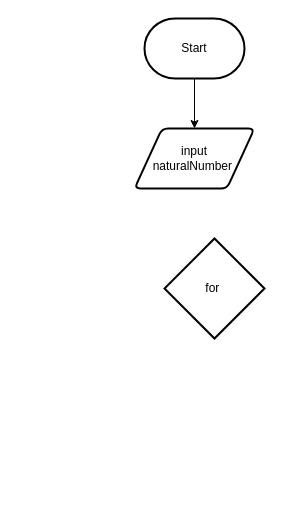
Above: design/flowchart.drawio in Brayden-Blank/ICS2O-Unit-5-07-HTML (draw.io), before the change. Source tidied: cells renumbered, new cells numbered last; positions are measured from the earlier drawing's top-left corner, leaving out a move shared by most shapes. Both pictures are drawn from the tidied source at 100%, with x=0, y=0 at pixel (134, 18).
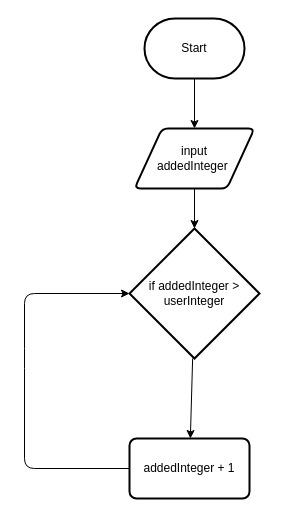
Above is the later version.

Commit message:
worked on flowchart some more

What changed in the source:
```diff
@@
 <mxGraphModel>
   <root>
     <mxCell id="0" />
     <mxCell id="1" parent="0" />
     <mxCell id="2" style="edgeStyle=none;html=1;" parent="1" edge="1" source="3" target="4">
       <mxGeometry relative="1" as="geometry" />
     </mxCell>
     <mxCell id="3" value="Start" style="strokeWidth=2;html=1;shape=mxgraph.flowchart.terminator;whiteSpace=wrap;" parent="1" vertex="1">
       <mxGeometry x="10" width="100" height="60" as="geometry" />
     </mxCell>
+    <mxCell id="6" style="edgeStyle=none;html=1;" parent="1" edge="1" source="4" target="5">
+      <mxGeometry relative="1" as="geometry" />
+    </mxCell>
-    <mxCell id="4" value="input &lt;br&gt;naturalNumber&amp;nbsp;" style="shape=parallelogram;html=1;strokeWidth=2;perimeter=parallelogramPerimeter;whiteSpace=wrap;rounded=1;arcSize=12;size=0.23;" parent="1" vertex="1">
+    <mxCell id="4" value="input &lt;br&gt;addedInteger&amp;nbsp;" style="shape=parallelogram;html=1;strokeWidth=2;perimeter=parallelogramPerimeter;whiteSpace=wrap;rounded=1;arcSize=12;size=0.23;" parent="1" vertex="1">
       <mxGeometry y="110" width="120" height="60" as="geometry" />
     </mxCell>
+    <mxCell id="7" style="edgeStyle=none;html=1;" parent="1" edge="1" source="5" target="8">
+      <mxGeometry relative="1" as="geometry" />
+    </mxCell>
-    <mxCell id="5" value="for&amp;nbsp;" style="strokeWidth=2;html=1;shape=mxgraph.flowchart.decision;whiteSpace=wrap;" parent="1" vertex="1">
-      <mxGeometry x="30" y="220" width="100" height="100" as="geometry" />
+    <mxCell id="5" value="if addedInteger &amp;gt; userInteger" style="strokeWidth=2;html=1;shape=mxgraph.flowchart.decision;whiteSpace=wrap;" parent="1" vertex="1">
+      <mxGeometry x="-5" y="210" width="130" height="130" as="geometry" />
     </mxCell>
+    <mxCell id="8" value="addedInteger + 1" style="rounded=1;whiteSpace=wrap;html=1;absoluteArcSize=1;arcSize=14;strokeWidth=2;" parent="1" vertex="1">
+      <mxGeometry x="-5" y="420" width="120" height="60" as="geometry" />
+    </mxCell>
+    <mxCell id="9" style="endArrow=classic;html=1;exitX=0;exitY=0.5;exitDx=0;exitDy=0;entryX=0;entryY=0.5;entryDx=0;entryDy=0;entryPerimeter=0;" parent="1" edge="1" source="8" target="5">
+      <mxGeometry relative="1" as="geometry">
+        <Array as="points">
+          <mxPoint x="-110" y="450" />
+          <mxPoint x="-110" y="340" />
+          <mxPoint x="-110" y="275" />
+        </Array>
+      </mxGeometry>
+    </mxCell>
   </root>
 </mxGraphModel>
```
